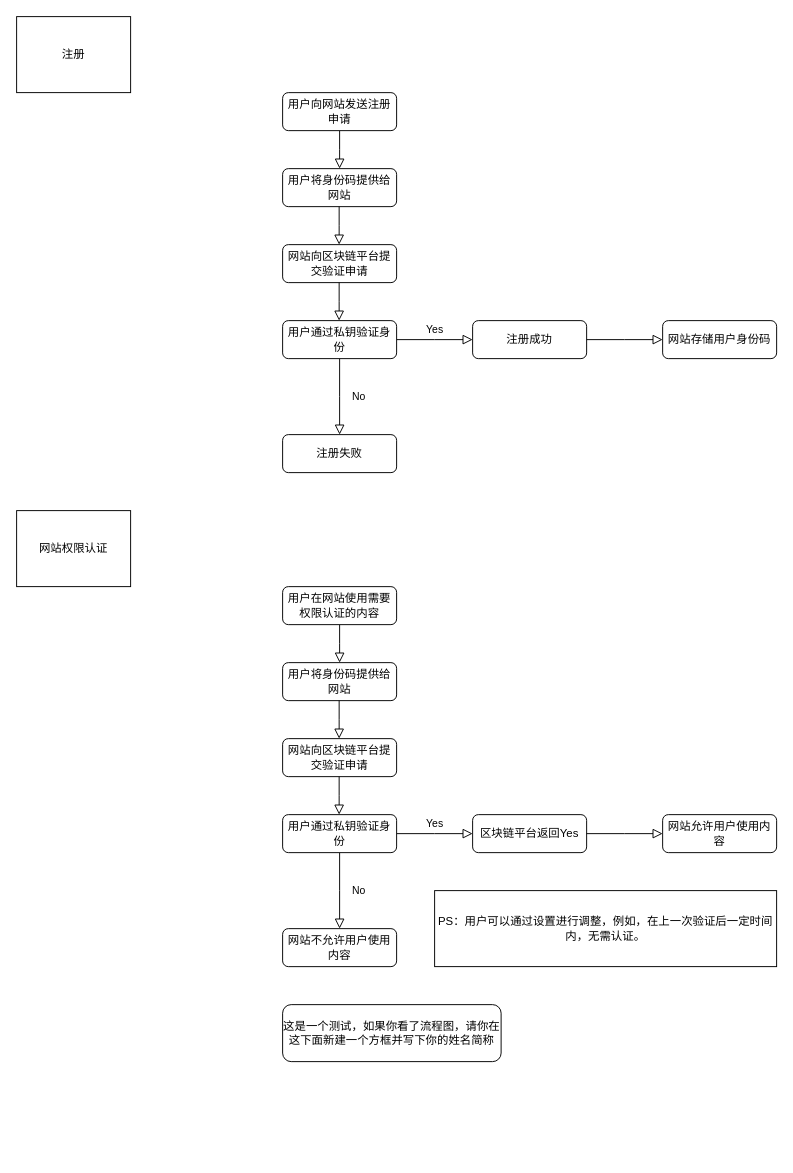
This is 大作业流程图.drawio from Quantumae/Blockchain, a draw.io file, before an edit. Source tidied: cells renumbered, new cells numbered last; positions are measured from the earlier drawing's top-left corner, leaving out a move shared by most shapes. Both pictures are drawn from the tidied source at 95%, with x=0, y=0 at pixel (16, 16).
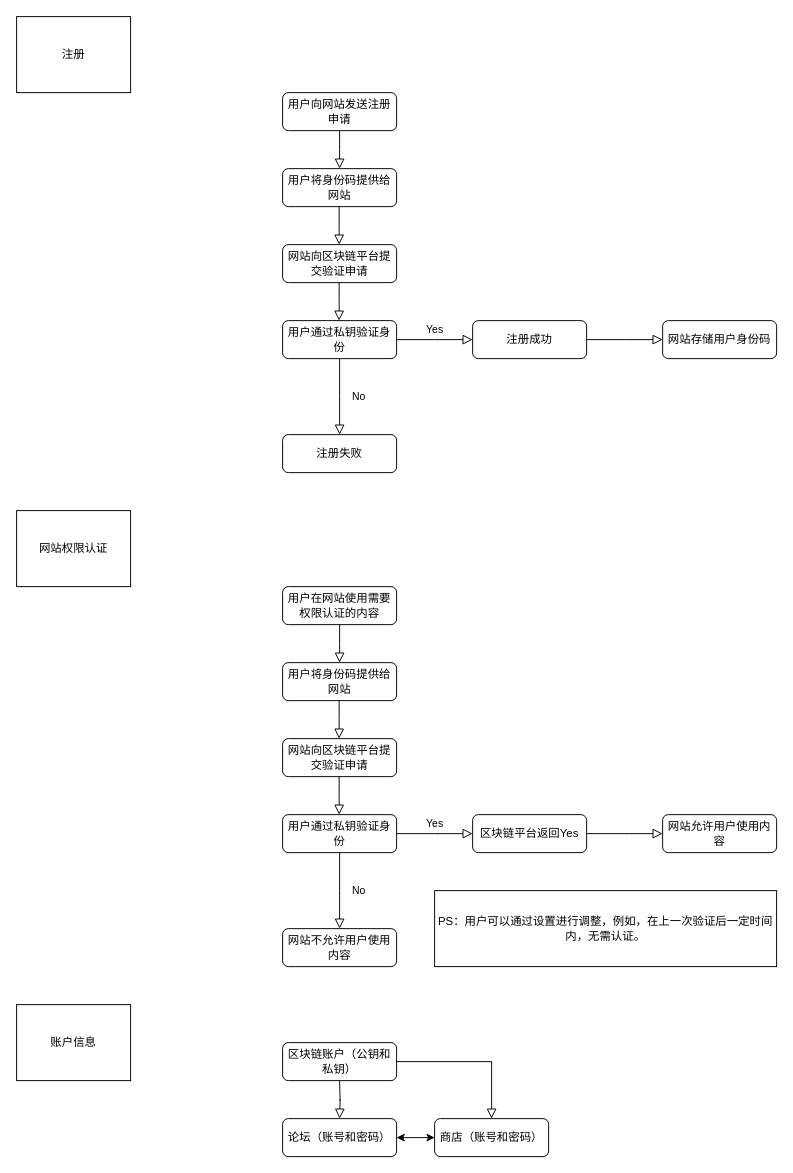
The same page after the edit.

Commit message:
更新大作业流程图.drawio

Diff of the diagram source:
```diff
@@
-    <mxCell id="31" value="这是一个测试，如果你看了流程图，请你在这下面新建一个方框并写下你的姓名简称" style="rounded=1;whiteSpace=wrap;html=1;" parent="1" vertex="1">
-      <mxGeometry x="280" y="1040" width="230" height="60" as="geometry" />
-    </mxCell>
+    <mxCell id="32" value="账户信息" style="rounded=0;whiteSpace=wrap;html=1;" parent="1" vertex="1">
+      <mxGeometry y="1040" width="120" height="80" as="geometry" />
+    </mxCell>
+    <mxCell id="33" value="区块链账户（公钥和私钥）" style="rounded=1;whiteSpace=wrap;html=1;fontSize=12;glass=0;strokeWidth=1;shadow=0;" parent="1" vertex="1">
+      <mxGeometry x="280" y="1080" width="120" height="40" as="geometry" />
+    </mxCell>
+    <mxCell id="34" style="rounded=0;html=1;jettySize=auto;orthogonalLoop=1;fontSize=11;endArrow=block;endFill=0;endSize=8;strokeWidth=1;shadow=0;labelBackgroundColor=none;edgeStyle=orthogonalEdgeStyle;" parent="1" edge="1">
+      <mxGeometry relative="1" as="geometry">
+        <mxPoint x="340" y="1120" as="sourcePoint" />
+        <mxPoint x="340" y="1160" as="targetPoint" />
+      </mxGeometry>
+    </mxCell>
+    <mxCell id="35" value="论坛（账号和密码）" style="rounded=1;whiteSpace=wrap;html=1;fontSize=12;glass=0;strokeWidth=1;shadow=0;" parent="1" vertex="1">
+      <mxGeometry x="280" y="1160" width="120" height="40" as="geometry" />
+    </mxCell>
+    <mxCell id="36" style="rounded=0;html=1;jettySize=auto;fontSize=11;endArrow=block;endFill=0;endSize=8;strokeWidth=1;shadow=0;labelBackgroundColor=none;edgeStyle=orthogonalEdgeStyle;exitX=1;exitY=0.5;exitDx=0;exitDy=0;entryX=0.5;entryY=0;entryDx=0;entryDy=0;" parent="1" edge="1" source="33" target="37">
+      <mxGeometry relative="1" as="geometry" />
+    </mxCell>
+    <mxCell id="37" value="商店（账号和密码）" style="rounded=1;whiteSpace=wrap;html=1;fontSize=12;glass=0;strokeWidth=1;shadow=0;" parent="1" vertex="1">
+      <mxGeometry x="440" y="1160" width="120" height="40" as="geometry" />
+    </mxCell>
+    <mxCell id="38" style="endArrow=classic;startArrow=classic;html=1;rounded=0;entryX=0;entryY=0.5;entryDx=0;entryDy=0;exitX=1;exitY=0.5;exitDx=0;exitDy=0;" parent="1" edge="1" source="35" target="37">
+      <mxGeometry relative="1" as="geometry" />
+    </mxCell>
```
